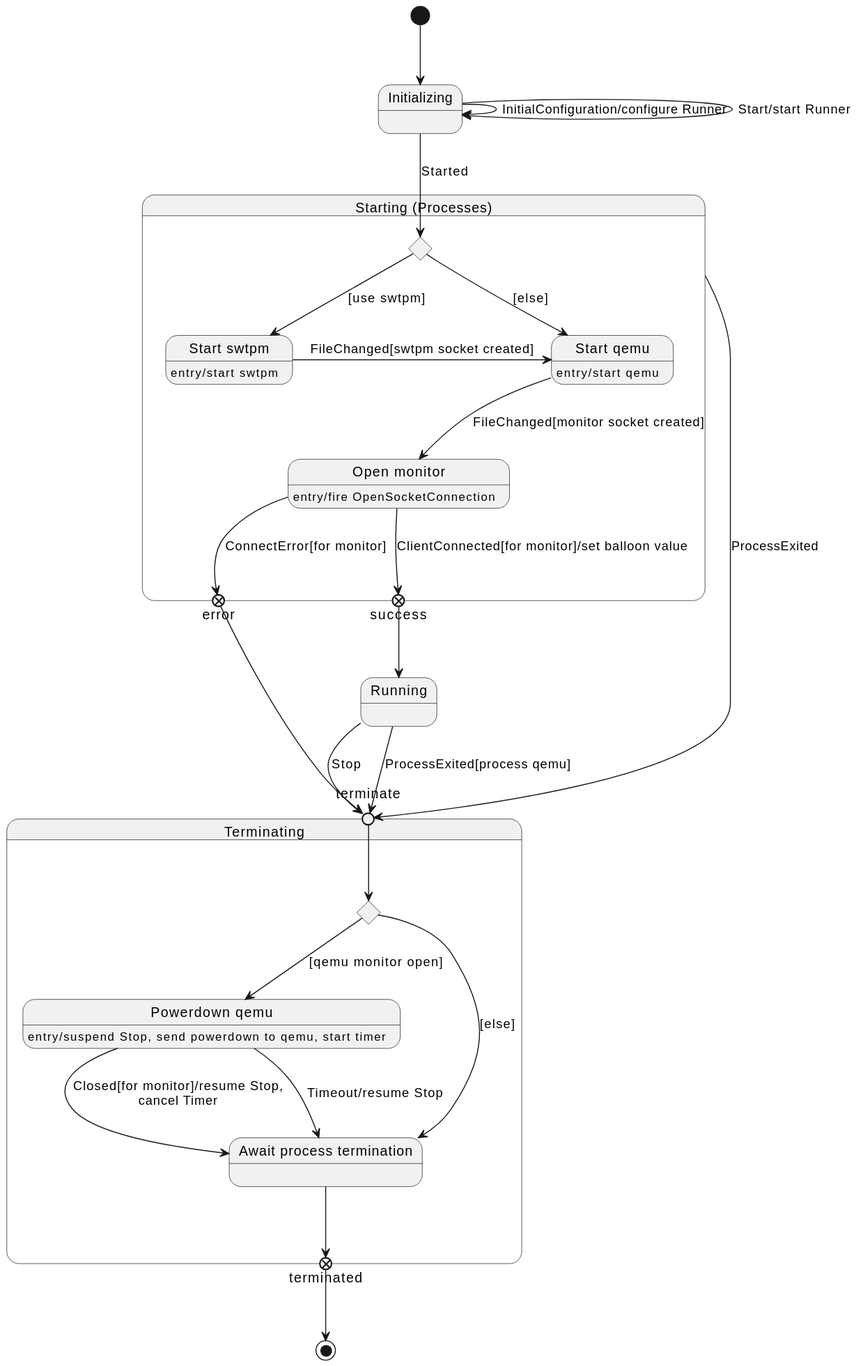
Before: latest-release/javadoc/org/jdrupes/vmoperator/runner/qemu/RunnerStates.svg, a diagram exported from PlantUML (mnlipp/VM-Operator).
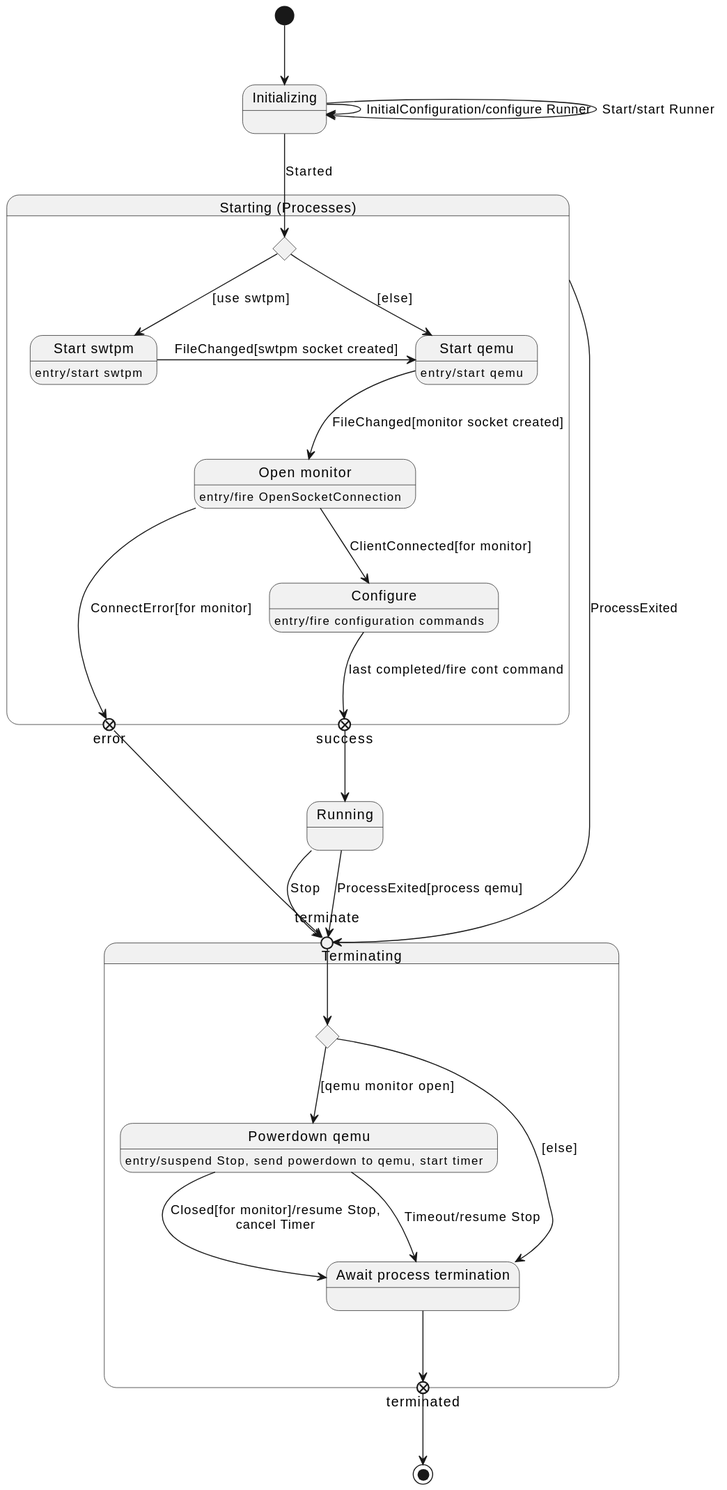
Above is the later version.

Diff of the diagram source:
```diff
@@ -9,6 +9,7 @@
      state "Start swtpm" as swtpm
      state "Start qemu" as qemu
      state "Open monitor" as monitor
+     state "Configure" as configure
      state success <<exitPoint>>
      state error <<exitPoint>>
 
@@ -22,8 +23,11 @@
      qemu --> monitor : FileChanged[monitor socket created]
 
      monitor: entry/fire OpenSocketConnection
-     monitor --> success: ClientConnected[for monitor]/set balloon value
+     monitor --> configure: ClientConnected[for monitor]
      monitor -> error: ConnectError[for monitor]
+
+     configure: entry/fire configuration commands
+     configure --> success: last completed/fire cont command
  }
 
  Initializing --> which: Started
```
